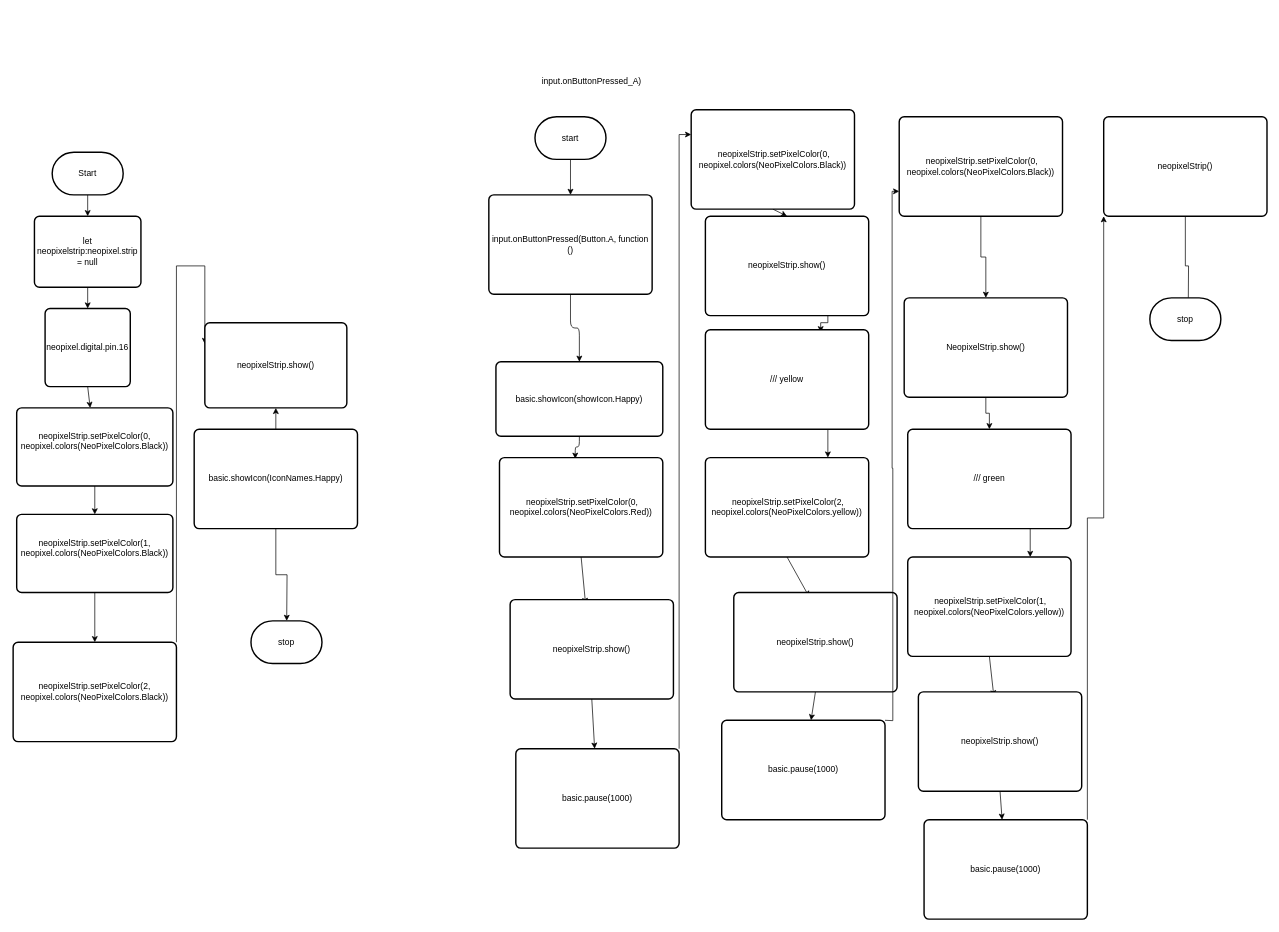
This is design/flowchart.drawio from MTHS-TEJ2O-1-2023/TEJ2O-Unit-5-05-Cedric-dehghan-nejad, a draw.io file, before an edit. Source tidied: cells renumbered, new cells numbered last; positions are measured from the earlier drawing's top-left corner, leaving out a move shared by most shapes. Both pictures are drawn from the tidied source at 71%, with x=0, y=0 at pixel (13, 74).
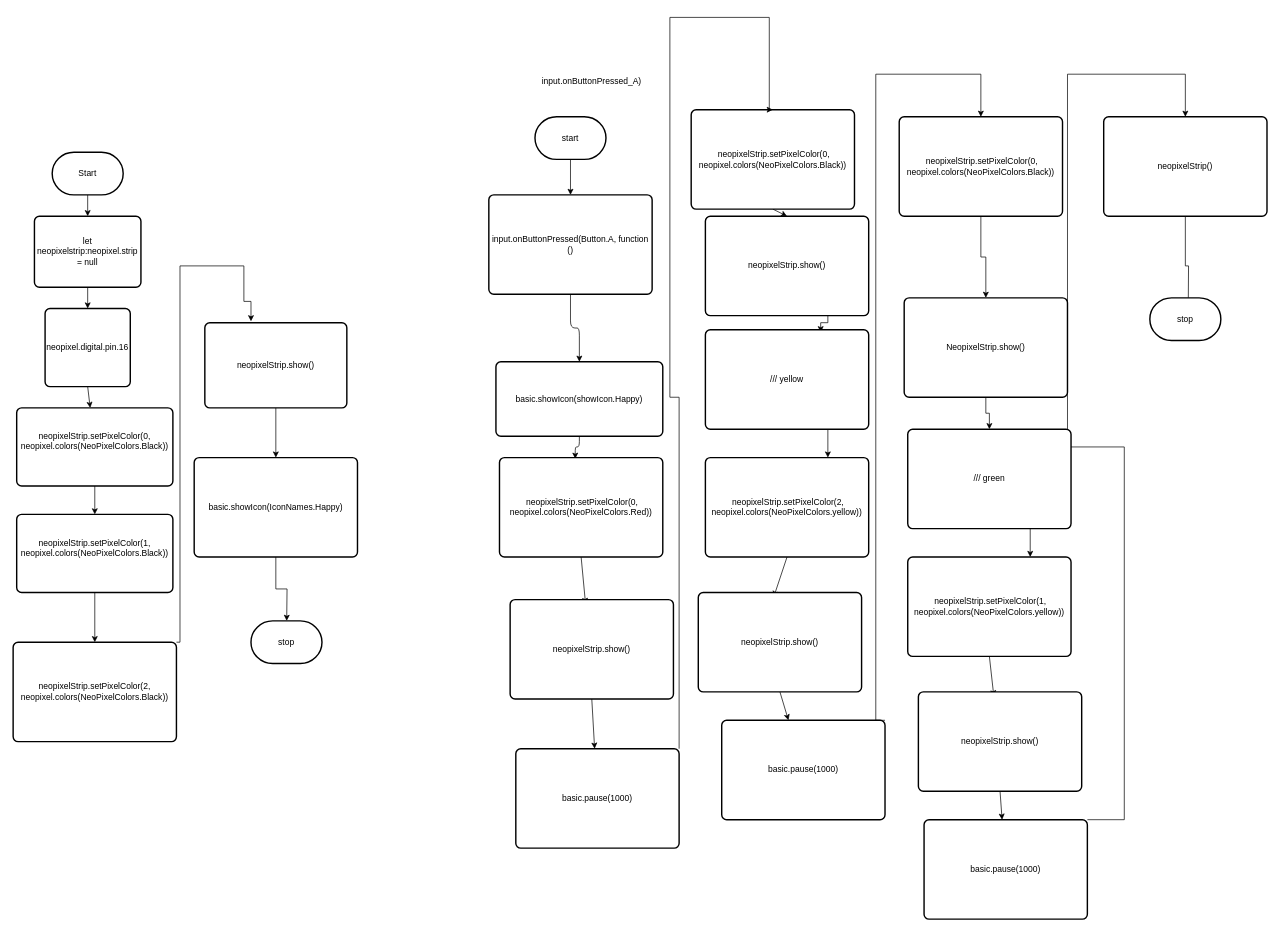
Above is the later version.

Unchanged cells that the change refers to:
```xml
<mxCell id="13" value="neopixelStrip.setPixelColor(2, neopixel.colors(NeoPixelColors.Black))" style="rounded=1;whiteSpace=wrap;html=1;absoluteArcSize=1;arcSize=14;strokeWidth=2;" parent="1" vertex="1">
  <mxGeometry y="800" width="230" height="140" as="geometry" />
</mxCell>
<mxCell id="26" value="&amp;nbsp;neopixelStrip.setPixelColor(0, neopixel.colors(NeoPixelColors.Black))" style="rounded=1;whiteSpace=wrap;html=1;absoluteArcSize=1;arcSize=14;strokeWidth=2;" parent="1" vertex="1">
  <mxGeometry x="955" y="50" width="230" height="140" as="geometry" />
</mxCell>
<mxCell id="28" value="neopixelStrip.show()" style="rounded=1;whiteSpace=wrap;html=1;absoluteArcSize=1;arcSize=14;strokeWidth=2;" parent="1" vertex="1">
  <mxGeometry x="270" y="350" width="200" height="120" as="geometry" />
</mxCell>
<mxCell id="32" value="basic.pause(1000)" style="rounded=1;whiteSpace=wrap;html=1;absoluteArcSize=1;arcSize=14;strokeWidth=2;" parent="1" vertex="1">
  <mxGeometry x="708" y="950" width="230" height="140" as="geometry" />
</mxCell>
<mxCell id="44" value="&amp;nbsp;neopixelStrip.setPixelColor(0, neopixel.colors(NeoPixelColors.Black))" style="rounded=1;whiteSpace=wrap;html=1;absoluteArcSize=1;arcSize=14;strokeWidth=2;" parent="1" vertex="1">
  <mxGeometry x="1248" y="60" width="230" height="140" as="geometry" />
</mxCell>
<mxCell id="52" value="basic.pause(1000)" style="rounded=1;whiteSpace=wrap;html=1;absoluteArcSize=1;arcSize=14;strokeWidth=2;" parent="1" vertex="1">
  <mxGeometry x="1283" y="1050" width="230" height="140" as="geometry" />
</mxCell>
<mxCell id="56" value="neopixelStrip()" style="rounded=1;whiteSpace=wrap;html=1;absoluteArcSize=1;arcSize=14;strokeWidth=2;" parent="1" vertex="1">
  <mxGeometry x="1536" y="60" width="230" height="140" as="geometry" />
</mxCell>
```

The edit, as a diff of the source:
```diff
@@
-    <mxCell id="12" style="edgeStyle=orthogonalEdgeStyle;html=1;exitX=1;exitY=0;exitDx=0;exitDy=0;entryX=0;entryY=0.25;entryDx=0;entryDy=0;rounded=0;" parent="1" edge="1" source="13" target="28">
+    <mxCell id="12" style="edgeStyle=orthogonalEdgeStyle;html=1;exitX=1;exitY=0;exitDx=0;exitDy=0;rounded=0;entryX=0.325;entryY=-0.016;entryDx=0;entryDy=0;entryPerimeter=0;" parent="1" edge="1" source="13" target="28">
       <mxGeometry relative="1" as="geometry">
         <Array as="points">
-          <mxPoint x="230" y="270" />
-          <mxPoint x="270" y="270" />
+          <mxPoint x="235" y="800" />
+          <mxPoint x="235" y="270" />
+          <mxPoint x="325" y="270" />
+          <mxPoint x="325" y="320" />
+          <mxPoint x="335" y="320" />
         </Array>
       </mxGeometry>
     </mxCell>
@@
-    <mxCell id="14" style="edgeStyle=none;html=1;exitX=0.5;exitY=0;exitDx=0;exitDy=0;entryX=0.5;entryY=1;entryDx=0;entryDy=0;" parent="1" edge="1" source="16" target="28">
-      <mxGeometry relative="1" as="geometry" />
-    </mxCell>
@@
     <mxCell id="16" value="basic.showIcon(IconNames.Happy)" style="rounded=1;whiteSpace=wrap;html=1;absoluteArcSize=1;arcSize=14;strokeWidth=2;" parent="1" vertex="1">
-      <mxGeometry x="255" y="500" width="230" height="140" as="geometry" />
+      <mxGeometry x="255" y="540" width="230" height="140" as="geometry" />
     </mxCell>
@@
+    <mxCell id="59" style="edgeStyle=none;html=1;exitX=0.5;exitY=1;exitDx=0;exitDy=0;" parent="1" edge="1" source="28" target="16">
+      <mxGeometry relative="1" as="geometry" />
+    </mxCell>
@@
-    <mxCell id="31" style="edgeStyle=orthogonalEdgeStyle;html=1;exitX=1;exitY=0;exitDx=0;exitDy=0;rounded=0;entryX=0;entryY=0.25;entryDx=0;entryDy=0;" parent="1" edge="1" source="32" target="26">
-      <mxGeometry relative="1" as="geometry" />
+    <mxCell id="31" style="edgeStyle=orthogonalEdgeStyle;html=1;exitX=1;exitY=0;exitDx=0;exitDy=0;rounded=0;entryX=0.5;entryY=0;entryDx=0;entryDy=0;" parent="1" edge="1" source="32" target="26">
+      <mxGeometry relative="1" as="geometry">
+        <Array as="points">
+          <mxPoint x="938" y="455" />
+          <mxPoint x="925" y="455" />
+          <mxPoint x="925" y="-80" />
+          <mxPoint x="1065" y="-80" />
+          <mxPoint x="1065" y="50" />
+        </Array>
+      </mxGeometry>
     </mxCell>
@@
     <mxCell id="38" value="neopixelStrip.show()" style="rounded=1;whiteSpace=wrap;html=1;absoluteArcSize=1;arcSize=14;strokeWidth=2;" parent="1" vertex="1">
-      <mxGeometry x="1015" y="730" width="230" height="140" as="geometry" />
+      <mxGeometry x="965" y="730" width="230" height="140" as="geometry" />
     </mxCell>
-    <mxCell id="39" style="edgeStyle=orthogonalEdgeStyle;rounded=0;html=1;entryX=0;entryY=0.75;entryDx=0;entryDy=0;" parent="1" edge="1" target="44">
+    <mxCell id="39" style="edgeStyle=orthogonalEdgeStyle;rounded=0;html=1;entryX=0.5;entryY=0;entryDx=0;entryDy=0;" parent="1" edge="1" target="44">
       <mxGeometry relative="1" as="geometry">
         <mxPoint x="1228" y="910" as="sourcePoint" />
+        <Array as="points">
+          <mxPoint x="1215" y="910" />
+          <mxPoint x="1215" />
+          <mxPoint x="1363" />
+        </Array>
       </mxGeometry>
     </mxCell>
@@
-    <mxCell id="51" style="edgeStyle=orthogonalEdgeStyle;rounded=0;html=1;exitX=1;exitY=0;exitDx=0;exitDy=0;entryX=0;entryY=1;entryDx=0;entryDy=0;" parent="1" edge="1" source="52" target="56">
-      <mxGeometry relative="1" as="geometry" />
+    <mxCell id="51" style="edgeStyle=orthogonalEdgeStyle;rounded=0;html=1;exitX=1;exitY=0;exitDx=0;exitDy=0;entryX=0.5;entryY=0;entryDx=0;entryDy=0;" parent="1" edge="1" source="52" target="56">
+      <mxGeometry relative="1" as="geometry">
+        <Array as="points">
+          <mxPoint x="1565" y="1050" />
+          <mxPoint x="1565" y="525" />
+          <mxPoint x="1485" y="525" />
+          <mxPoint x="1485" />
+          <mxPoint x="1651" />
+        </Array>
+      </mxGeometry>
     </mxCell>
```
